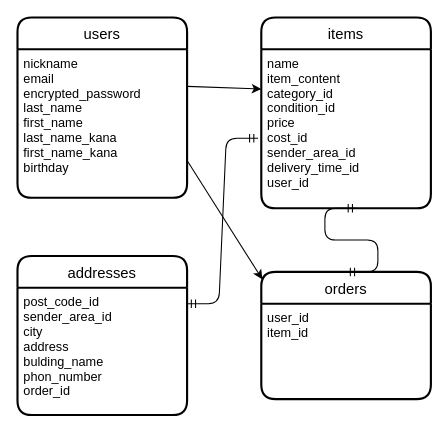
This is page "ページ1" (1 of 2) of furima-38311.dio from sawao8/furima-38311, a draw.io file, before an edit. Source tidied: cells renumbered, new cells numbered last; positions are measured from the earlier drawing's top-left corner, leaving out a move shared by most shapes. Both pictures are drawn from the tidied source at 106%, with x=0, y=0 at pixel (17, 17).
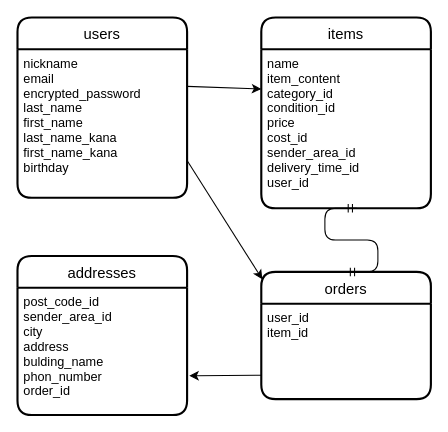
The same page after the edit.

Commit message (it also covers changes not shown here):
データベース設計の修正4

Change to the diagram source:
```diff
@@
 <mxGraphModel>
   <root>
     <mxCell id="0" />
     <mxCell id="1" parent="0" />
     <mxCell id="2" value="users" style="swimlane;horizontal=1;startSize=30;rounded=1;fontSize=14;fontStyle=0;strokeWidth=2;shadow=0;dashed=0;align=center;" parent="1" vertex="1">
       <mxGeometry width="160" height="170" as="geometry" />
     </mxCell>
     <mxCell id="3" value="nickname&#10;email&#10;encrypted_password&#10;last_name&#10;first_name&#10;last_name_kana&#10;first_name_kana&#10;birthday" style="align=left;strokeColor=none;fillColor=none;spacingLeft=4;fontSize=12;verticalAlign=top;" parent="2" vertex="1">
       <mxGeometry y="30" width="160" height="140" as="geometry" />
     </mxCell>
     <mxCell id="4" value="items" style="swimlane;horizontal=1;startSize=30;rounded=1;fontSize=14;fontStyle=0;strokeWidth=2;shadow=0;dashed=0;align=center;" parent="1" vertex="1">
       <mxGeometry x="230" width="160" height="180" as="geometry" />
     </mxCell>
     <mxCell id="5" value="name&#10;item_content&#10;category_id&#10;condition_id&#10;price&#10;cost_id&#10;sender_area_id&#10;delivery_time_id&#10;user_id" style="align=left;strokeColor=none;fillColor=none;spacingLeft=4;fontSize=12;verticalAlign=top;" parent="4" vertex="1">
       <mxGeometry y="30" width="160" height="150" as="geometry" />
     </mxCell>
     <mxCell id="6" value="addresses" style="swimlane;horizontal=1;startSize=30;rounded=1;fontSize=14;fontStyle=0;strokeWidth=2;shadow=0;dashed=0;align=center;" parent="1" vertex="1">
       <mxGeometry y="225" width="160" height="150" as="geometry" />
     </mxCell>
     <mxCell id="7" value="post_code_id&#10;sender_area_id&#10;city&#10;address&#10;bulding_name&#10;phon_number&#10;order_id&#10;" style="align=left;strokeColor=none;fillColor=none;spacingLeft=4;fontSize=12;verticalAlign=top;" parent="6" vertex="1">
       <mxGeometry y="30" width="160" height="120" as="geometry" />
     </mxCell>
     <mxCell id="8" value="orders" style="swimlane;horizontal=1;startSize=30;rounded=1;fontSize=14;fontStyle=0;strokeWidth=2;shadow=0;dashed=0;align=center;" parent="1" vertex="1">
       <mxGeometry x="230" y="240" width="160" height="120" as="geometry" />
     </mxCell>
     <mxCell id="9" value="user_id&#10;item_id" style="align=left;strokeColor=none;fillColor=none;spacingLeft=4;fontSize=12;verticalAlign=top;" parent="8" vertex="1">
       <mxGeometry y="30" width="160" height="90" as="geometry" />
     </mxCell>
     <mxCell id="10" style="edgeStyle=none;html=1;exitX=1;exitY=0.25;exitDx=0;exitDy=0;" parent="1" edge="1" source="3">
       <mxGeometry relative="1" as="geometry">
         <mxPoint x="160" y="65" as="targetPoint" />
       </mxGeometry>
     </mxCell>
     <mxCell id="11" style="edgeStyle=entityRelationEdgeStyle;fontSize=12;html=1;endArrow=ERmandOne;startArrow=ERmandOne;exitX=0.5;exitY=0;exitDx=0;exitDy=0;" parent="1" edge="1" source="8">
       <mxGeometry relative="1" as="geometry">
         <mxPoint x="320" y="180" as="targetPoint" />
       </mxGeometry>
     </mxCell>
     <mxCell id="12" style="edgeStyle=none;html=1;exitX=1;exitY=0.25;exitDx=0;exitDy=0;entryX=0;entryY=0.25;entryDx=0;entryDy=0;" parent="1" edge="1" source="3" target="5">
       <mxGeometry relative="1" as="geometry" />
     </mxCell>
-    <mxCell id="13" style="edgeStyle=entityRelationEdgeStyle;fontSize=12;html=1;endArrow=ERmandOne;startArrow=ERmandOne;entryX=-0.019;entryY=0.56;entryDx=0;entryDy=0;entryPerimeter=0;" parent="1" edge="1" target="5">
-      <mxGeometry relative="1" as="geometry">
-        <mxPoint x="160" y="270" as="sourcePoint" />
-      </mxGeometry>
-    </mxCell>
     <mxCell id="14" style="edgeStyle=none;html=1;exitX=1;exitY=0.75;exitDx=0;exitDy=0;entryX=0.006;entryY=0.058;entryDx=0;entryDy=0;entryPerimeter=0;" parent="1" edge="1" source="3" target="8">
       <mxGeometry relative="1" as="geometry" />
     </mxCell>
+    <mxCell id="15" style="edgeStyle=none;html=1;exitX=0;exitY=0.75;exitDx=0;exitDy=0;entryX=1.013;entryY=0.692;entryDx=0;entryDy=0;entryPerimeter=0;" parent="1" edge="1" source="9" target="7">
+      <mxGeometry relative="1" as="geometry" />
+    </mxCell>
   </root>
 </mxGraphModel>
```
